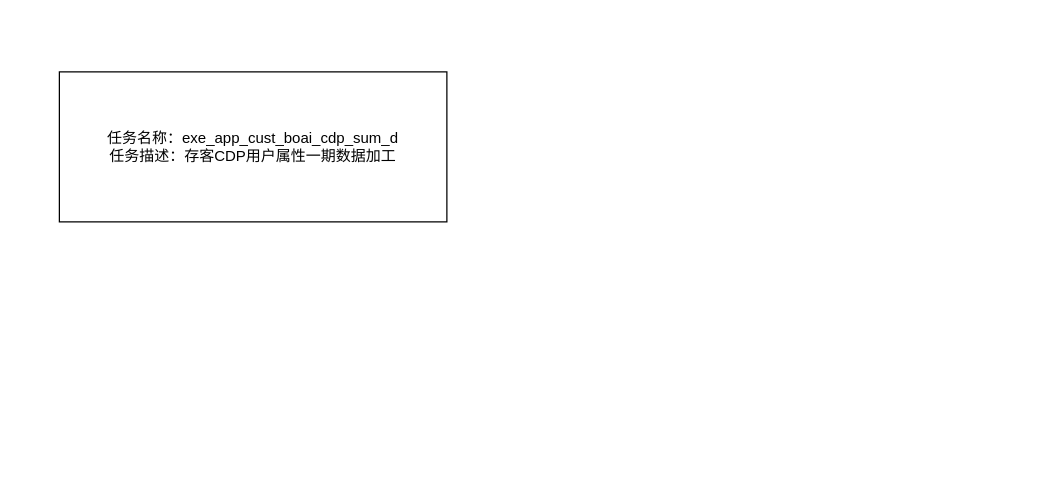
tristayan/ck keeps this draw.io diagram as cdp数据处理流程.drawio. Above is the earlier version. Source tidied: cells renumbered, new cells numbered last; positions are measured from the earlier drawing's top-left corner, leaving out a move shared by most shapes. Both pictures are drawn from the tidied source at 125%, with x=0, y=0 at pixel (59, 71).
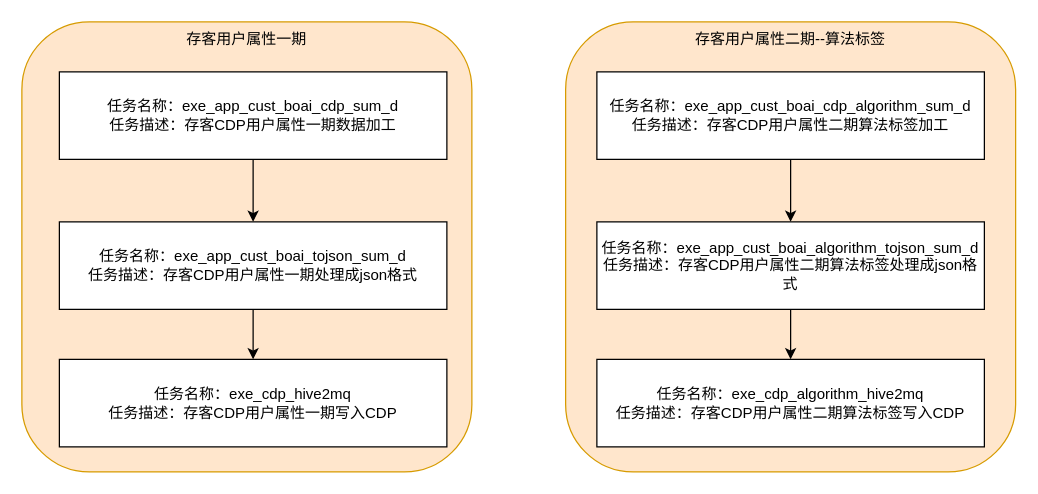
Above is the later version.

Commit message (it also covers changes not shown here):
更新cdp数据处理流程.drawio

Diff of the diagram source:
```diff
@@
 <mxGraphModel>
   <root>
     <mxCell id="0" />
     <mxCell id="1" parent="0" />
+    <mxCell id="3" value="存客用户属性二期--算法标签" style="rounded=1;whiteSpace=wrap;html=1;verticalAlign=top;fillColor=#ffe6cc;strokeColor=#d79b00;" parent="1" vertex="1">
+      <mxGeometry x="405" y="-40" width="360" height="360" as="geometry" />
+    </mxCell>
+    <mxCell id="4" value="存客用户属性一期" style="rounded=1;whiteSpace=wrap;html=1;verticalAlign=top;fillColor=#ffe6cc;strokeColor=#d79b00;" parent="1" vertex="1">
+      <mxGeometry x="-30" y="-40" width="360" height="360" as="geometry" />
+    </mxCell>
+    <mxCell id="5" style="edgeStyle=orthogonalEdgeStyle;rounded=0;jettySize=auto;html=1;" parent="1" edge="1" source="2" target="7">
+      <mxGeometry relative="1" as="geometry" />
+    </mxCell>
     <mxCell id="2" value="任务名称：exe_app_cust_boai_cdp_sum_d&lt;div&gt;任务描述：存客CDP用户属性一期数据加工&lt;/div&gt;" style="rounded=0;whiteSpace=wrap;html=1;" parent="1" vertex="1">
-      <mxGeometry width="310" height="120" as="geometry" />
+      <mxGeometry width="310" height="70" as="geometry" />
     </mxCell>
+    <mxCell id="6" style="edgeStyle=orthogonalEdgeStyle;rounded=0;jettySize=auto;html=1;" parent="1" edge="1" source="7" target="8">
+      <mxGeometry relative="1" as="geometry" />
+    </mxCell>
+    <mxCell id="7" value="任务名称：exe_app_cust_boai_tojson_sum_d&lt;div&gt;任务描述：存客CDP用户属性一期处理成json格式&lt;/div&gt;" style="rounded=0;whiteSpace=wrap;html=1;" parent="1" vertex="1">
+      <mxGeometry y="120" width="310" height="70" as="geometry" />
+    </mxCell>
+    <mxCell id="8" value="任务名称：exe_cdp_hive2mq&lt;div&gt;任务描述：存客CDP用户属性一期写入CDP&lt;/div&gt;" style="rounded=0;whiteSpace=wrap;html=1;" parent="1" vertex="1">
+      <mxGeometry y="230" width="310" height="70" as="geometry" />
+    </mxCell>
+    <mxCell id="9" style="edgeStyle=orthogonalEdgeStyle;rounded=0;jettySize=auto;html=1;" parent="1" edge="1" source="10" target="12">
+      <mxGeometry relative="1" as="geometry" />
+    </mxCell>
+    <mxCell id="10" value="任务名称：exe_app_cust_boai_cdp_algorithm_sum_d&lt;div&gt;任务描述：存客CDP用户属性二期算法标签加工&lt;/div&gt;" style="rounded=0;whiteSpace=wrap;html=1;" parent="1" vertex="1">
+      <mxGeometry x="430" width="310" height="70" as="geometry" />
+    </mxCell>
+    <mxCell id="11" style="edgeStyle=orthogonalEdgeStyle;rounded=0;jettySize=auto;html=1;" parent="1" edge="1" source="12" target="13">
+      <mxGeometry relative="1" as="geometry" />
+    </mxCell>
+    <mxCell id="12" value="任务名称：exe_app_cust_boai_algorithm_tojson_sum_d&lt;div&gt;任务描述：存客CDP用户属性二期算法标签处理成json格式&lt;/div&gt;" style="rounded=0;whiteSpace=wrap;html=1;" parent="1" vertex="1">
+      <mxGeometry x="430" y="120" width="310" height="70" as="geometry" />
+    </mxCell>
+    <mxCell id="13" value="任务名称：exe_cdp_algorithm_hive2mq&lt;div&gt;任务描述：存客CDP用户属性二期算法标签写入CDP&lt;/div&gt;" style="rounded=0;whiteSpace=wrap;html=1;" parent="1" vertex="1">
+      <mxGeometry x="430" y="230" width="310" height="70" as="geometry" />
+    </mxCell>
   </root>
 </mxGraphModel>
```
